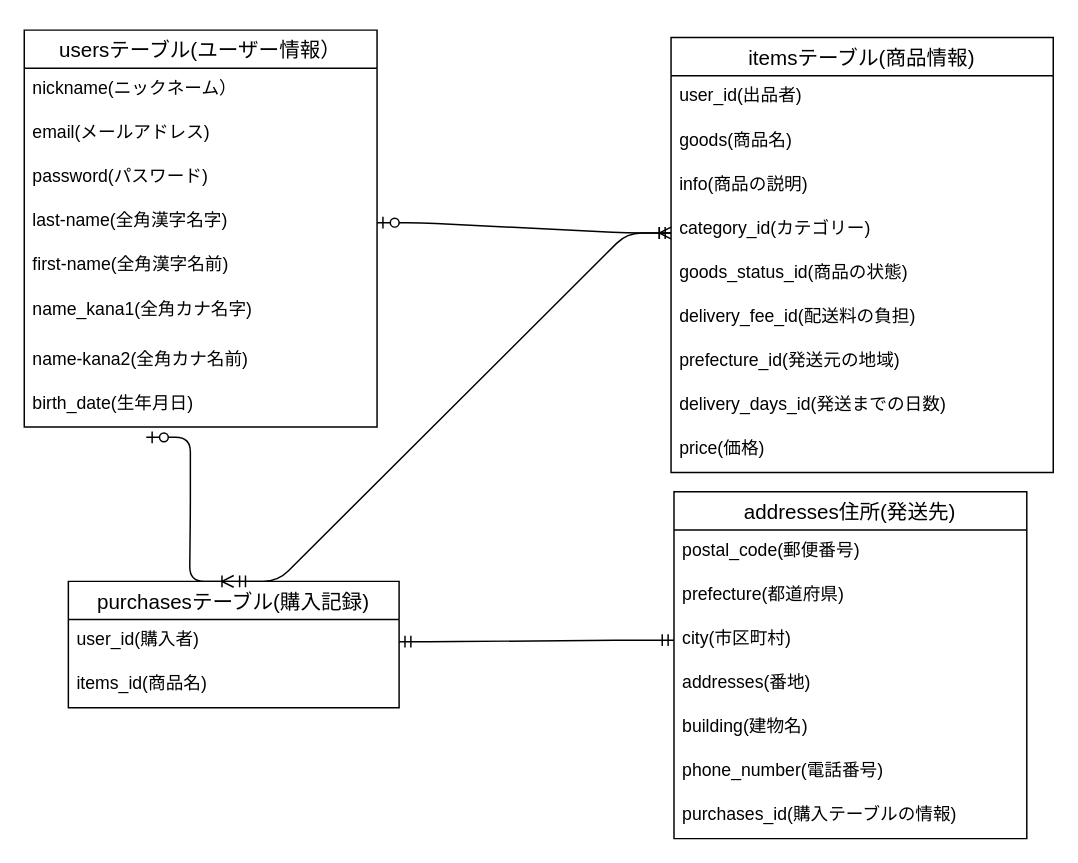
Earlier version of the draw.io diagram furima_er.dio (nishikawa-naonori/furima-33453). Source tidied: cells renumbered, new cells numbered last; positions are measured from the earlier drawing's top-left corner, leaving out a move shared by most shapes. Both pictures are drawn from the tidied source at 147%, with x=0, y=0 at pixel (24, 29).
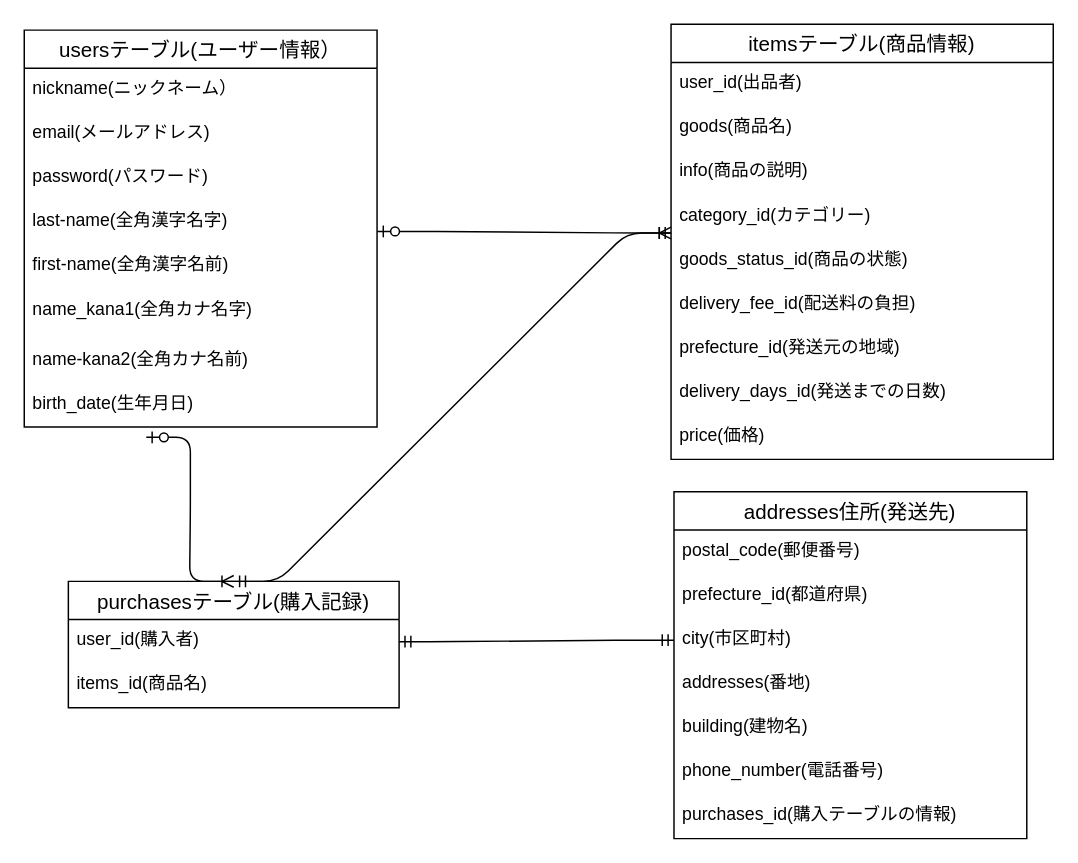
The same diagram, later.

Commit message (it also covers changes not shown here):
データベース設計・指摘取込３

The change refers to these unchanged cells:
```xml
<mxCell id="6" value="last-name(全角漢字名字)" style="text;strokeColor=none;fillColor=none;spacingLeft=4;spacingRight=4;overflow=hidden;points=[[0,0.5],[1,0.5]];portConstraint=eastwest;fontSize=12;" parent="2" vertex="1">
  <mxGeometry y="116" width="240" height="30" as="geometry" />
</mxCell>
<mxCell id="27" value="addresses住所(発送先)" style="swimlane;fontStyle=0;horizontal=1;startSize=26;align=center;fontSize=14;" parent="1" vertex="1">
  <mxGeometry x="442" y="314" width="240" height="236" as="geometry" />
</mxCell>
```

Change to the diagram source:
```diff
@@
     <mxCell id="14" value="itemsテーブル(商品情報)" style="swimlane;fontStyle=0;horizontal=1;startSize=26;align=center;fontSize=14;" parent="1" vertex="1">
-      <mxGeometry x="440" y="5" width="260" height="296" as="geometry" />
+      <mxGeometry x="440" y="-4" width="260" height="296" as="geometry" />
     </mxCell>
@@
-    <mxCell id="24" style="edgeStyle=entityRelationEdgeStyle;fontSize=12;html=1;endArrow=ERoneToMany;startArrow=ERzeroToOne;exitX=1;exitY=0.5;exitDx=0;exitDy=0;" parent="1" edge="1" source="6">
+    <mxCell id="24" style="edgeStyle=entityRelationEdgeStyle;fontSize=12;html=1;endArrow=ERoneToMany;startArrow=ERzeroToOne;exitX=1.001;exitY=0.698;exitDx=0;exitDy=0;exitPerimeter=0;" parent="1" edge="1" source="6">
       <mxGeometry relative="1" as="geometry">
         <mxPoint x="440" y="138" as="targetPoint" />
       </mxGeometry>
     </mxCell>
@@
-    <mxCell id="29" value="prefecture(都道府県)" style="text;strokeColor=none;fillColor=none;spacingLeft=4;spacingRight=4;overflow=hidden;fontSize=12;" parent="27" vertex="1">
+    <mxCell id="29" value="prefecture_id(都道府県)" style="text;strokeColor=none;fillColor=none;spacingLeft=4;spacingRight=4;overflow=hidden;fontSize=12;" parent="27" vertex="1">
       <mxGeometry y="56" width="240" height="30" as="geometry" />
     </mxCell>
```
